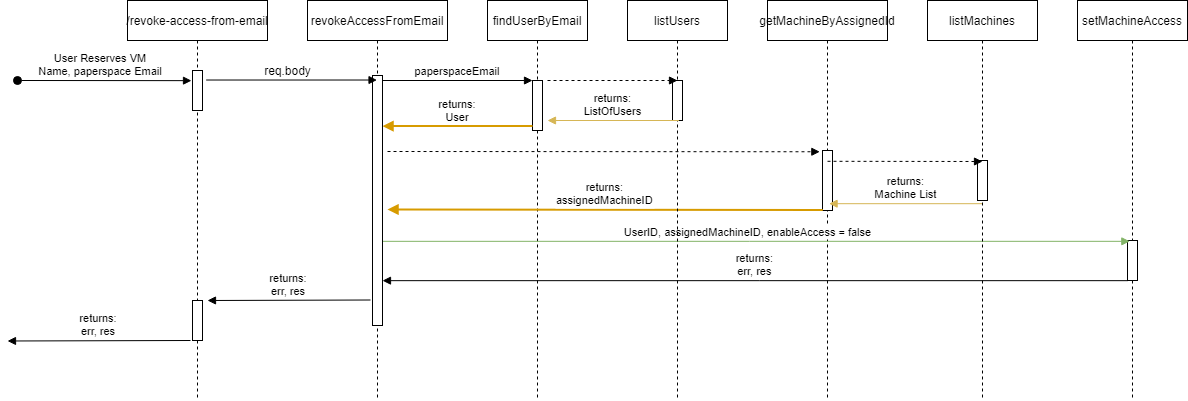
This is Back-end/designDocs/RevokeAccessFlow.png from jayjayb772/IRL-Paperspace-automation, a draw.io export, as it was before one commit. Source tidied: cells renumbered, new cells last; positions are measured from the earlier drawing's top-left corner, leaving out a move shared by most shapes. Its diagram source:
```xml
<mxGraphModel>
  <root>
    <mxCell id="0" />
    <mxCell id="1" parent="0" />
    <mxCell id="2" value="/revoke-access-from-email" style="shape=umlLifeline;perimeter=lifelinePerimeter;rounded=0;shadow=0;strokeWidth=1;" parent="1" vertex="1">
      <mxGeometry x="120" width="140" height="400" as="geometry" />
    </mxCell>
    <mxCell id="3" value="User Reserves VM&#10;Name, paperspace Email" style="verticalAlign=bottom;startArrow=oval;endArrow=block;startSize=8;shadow=0;strokeWidth=1;entryX=-0.1;entryY=0.254;entryDx=0;entryDy=0;entryPerimeter=0;" parent="2" edge="1" target="4">
      <mxGeometry x="-0.05" relative="1" as="geometry">
        <mxPoint x="-110" y="80" as="sourcePoint" />
      </mxGeometry>
    </mxCell>
    <mxCell id="4" style="points=[];perimeter=orthogonalPerimeter;rounded=0;shadow=0;strokeWidth=1;" parent="2" vertex="1">
      <mxGeometry x="65" y="70" width="10" height="40" as="geometry" />
    </mxCell>
    <mxCell id="5" style="perimeter=orthogonalPerimeter;rounded=0;shadow=0;strokeWidth=1;" parent="2" vertex="1">
      <mxGeometry x="65" y="300" width="10" height="40" as="geometry" />
    </mxCell>
    <mxCell id="6" value="findUserByEmail" style="shape=umlLifeline;perimeter=lifelinePerimeter;rounded=0;shadow=0;strokeWidth=1;" parent="1" vertex="1">
      <mxGeometry x="480" width="100" height="400" as="geometry" />
    </mxCell>
    <mxCell id="7" style="points=[];perimeter=orthogonalPerimeter;rounded=0;shadow=0;strokeWidth=1;" parent="6" vertex="1">
      <mxGeometry x="45" y="80" width="10" height="50" as="geometry" />
    </mxCell>
    <mxCell id="8" value="paperspaceEmail" style="verticalAlign=bottom;endArrow=block;entryX=0;entryY=0;shadow=0;strokeWidth=1;" parent="1" edge="1" source="19" target="7">
      <mxGeometry relative="1" as="geometry" />
    </mxCell>
    <mxCell id="9" value="returns:&#10;User" style="verticalAlign=bottom;endArrow=block;shadow=0;strokeWidth=2;entryX=0.536;entryY=0.314;entryDx=0;entryDy=0;entryPerimeter=0;fillColor=#ffe6cc;strokeColor=#d79b00;" parent="1" edge="1" source="7" target="18">
      <mxGeometry relative="1" as="geometry" />
    </mxCell>
    <mxCell id="10" value="getMachineByAssignedId" style="shape=umlLifeline;perimeter=lifelinePerimeter;rounded=0;shadow=0;strokeWidth=1;" parent="1" vertex="1">
      <mxGeometry x="760" width="120" height="400" as="geometry" />
    </mxCell>
    <mxCell id="11" style="points=[];perimeter=orthogonalPerimeter;rounded=0;shadow=0;strokeWidth=1;" parent="10" vertex="1">
      <mxGeometry x="55" y="150" width="10" height="60" as="geometry" />
    </mxCell>
    <mxCell id="12" style="verticalAlign=bottom;endArrow=block;shadow=0;strokeWidth=1;dashed=1;entryX=-0.267;entryY=0.021;entryDx=0;entryDy=0;entryPerimeter=0;" parent="1" edge="1" target="11">
      <mxGeometry relative="1" as="geometry">
        <mxPoint x="380" y="151" as="sourcePoint" />
      </mxGeometry>
    </mxCell>
    <mxCell id="13" value="returns:&#10;assignedMachineID" style="verticalAlign=bottom;endArrow=block;shadow=0;strokeWidth=2;exitX=0.029;exitY=0.99;exitDx=0;exitDy=0;exitPerimeter=0;fillColor=#ffe6cc;strokeColor=#d79b00;" parent="1" edge="1" source="11">
      <mxGeometry relative="1" as="geometry">
        <mxPoint x="380" y="209" as="targetPoint" />
      </mxGeometry>
    </mxCell>
    <mxCell id="14" value="setMachineAccess" style="shape=umlLifeline;perimeter=lifelinePerimeter;rounded=0;shadow=0;strokeWidth=1;" parent="1" vertex="1">
      <mxGeometry x="1070" width="110" height="400" as="geometry" />
    </mxCell>
    <mxCell id="15" style="points=[];perimeter=orthogonalPerimeter;rounded=0;shadow=0;strokeWidth=1;" parent="14" vertex="1">
      <mxGeometry x="50" y="240" width="10" height="40" as="geometry" />
    </mxCell>
    <mxCell id="16" value="UserID, assignedMachineID, enableAccess = false" style="verticalAlign=bottom;endArrow=block;entryX=0.233;entryY=0.021;shadow=0;strokeWidth=1;entryDx=0;entryDy=0;entryPerimeter=0;fillColor=#d5e8d4;strokeColor=#82b366;" parent="1" edge="1" source="18" target="15">
      <mxGeometry x="-0.01" relative="1" as="geometry" />
    </mxCell>
    <mxCell id="17" value="returns:&#10;err, res" style="verticalAlign=bottom;endArrow=block;shadow=0;strokeWidth=1;exitX=0.033;exitY=1.004;exitDx=0;exitDy=0;exitPerimeter=0;" parent="1" edge="1" source="15" target="19">
      <mxGeometry relative="1" as="geometry" />
    </mxCell>
    <mxCell id="18" value="revokeAccessFromEmail" style="shape=umlLifeline;perimeter=lifelinePerimeter;rounded=0;shadow=0;strokeWidth=1;" parent="1" vertex="1">
      <mxGeometry x="300" width="140" height="400" as="geometry" />
    </mxCell>
    <mxCell id="19" style="points=[];perimeter=orthogonalPerimeter;rounded=0;shadow=0;strokeWidth=1;" parent="18" vertex="1">
      <mxGeometry x="65" y="75" width="10" height="250" as="geometry" />
    </mxCell>
    <mxCell id="20" style="verticalAlign=bottom;endArrow=block;shadow=0;strokeWidth=1;exitX=1.367;exitY=0.238;exitDx=0;exitDy=0;exitPerimeter=0;" parent="1" edge="1" source="4" target="18">
      <mxGeometry relative="1" as="geometry" />
    </mxCell>
    <mxCell id="21" value="req.body" style="text;html=1;align=center;verticalAlign=middle;" parent="1" vertex="1">
      <mxGeometry x="250" y="60" width="60" height="20" as="geometry" />
    </mxCell>
    <mxCell id="22" value="returns:&#10;err, res" style="verticalAlign=bottom;endArrow=block;shadow=0;strokeWidth=1;exitX=-0.2;exitY=0.898;exitDx=0;exitDy=0;exitPerimeter=0;" parent="1" edge="1" source="19">
      <mxGeometry relative="1" as="geometry">
        <mxPoint x="200" y="300" as="targetPoint" />
      </mxGeometry>
    </mxCell>
    <mxCell id="23" value="returns:&#10;err, res" style="verticalAlign=bottom;endArrow=block;shadow=0;strokeWidth=1;exitX=-0.2;exitY=0.898;exitDx=0;exitDy=0;exitPerimeter=0;" parent="1" edge="1">
      <mxGeometry relative="1" as="geometry">
        <mxPoint x="183" y="340" as="sourcePoint" />
        <mxPoint y="340.5" as="targetPoint" />
      </mxGeometry>
    </mxCell>
    <mxCell id="24" value="listMachines" style="shape=umlLifeline;perimeter=lifelinePerimeter;rounded=0;shadow=0;strokeWidth=1;" parent="1" vertex="1">
      <mxGeometry x="920" width="110" height="400" as="geometry" />
    </mxCell>
    <mxCell id="25" style="points=[];perimeter=orthogonalPerimeter;rounded=0;shadow=0;strokeWidth=1;" parent="24" vertex="1">
      <mxGeometry x="50" y="160" width="10" height="40" as="geometry" />
    </mxCell>
    <mxCell id="26" value="listUsers" style="shape=umlLifeline;perimeter=lifelinePerimeter;rounded=0;shadow=0;strokeWidth=1;" parent="1" vertex="1">
      <mxGeometry x="620" width="100" height="400" as="geometry" />
    </mxCell>
    <mxCell id="27" style="perimeter=orthogonalPerimeter;rounded=0;shadow=0;strokeWidth=1;" parent="26" vertex="1">
      <mxGeometry x="45" y="80" width="10" height="40" as="geometry" />
    </mxCell>
    <mxCell id="28" style="verticalAlign=bottom;endArrow=block;entryX=0;entryY=0;shadow=0;strokeWidth=1;dashed=1;" parent="1" edge="1">
      <mxGeometry relative="1" as="geometry">
        <mxPoint x="540" y="80" as="sourcePoint" />
        <mxPoint x="670" y="80" as="targetPoint" />
      </mxGeometry>
    </mxCell>
    <mxCell id="29" value="returns:&#10;ListOfUsers" style="verticalAlign=bottom;endArrow=block;shadow=0;strokeWidth=1;entryX=0.536;entryY=0.314;entryDx=0;entryDy=0;entryPerimeter=0;fillColor=#fff2cc;strokeColor=#d6b656;" parent="1" edge="1">
      <mxGeometry relative="1" as="geometry">
        <mxPoint x="671.4" y="120" as="sourcePoint" />
        <mxPoint x="540" y="120" as="targetPoint" />
      </mxGeometry>
    </mxCell>
    <mxCell id="30" style="verticalAlign=bottom;endArrow=block;shadow=0;strokeWidth=1;dashed=1;exitX=0.5;exitY=0.402;exitDx=0;exitDy=0;exitPerimeter=0;" parent="1" edge="1" source="10">
      <mxGeometry relative="1" as="geometry">
        <mxPoint x="975" y="161" as="targetPoint" />
      </mxGeometry>
    </mxCell>
    <mxCell id="31" value="returns:&#10;Machine List" style="verticalAlign=bottom;endArrow=block;shadow=0;strokeWidth=1;entryX=0.513;entryY=0.508;entryDx=0;entryDy=0;entryPerimeter=0;fillColor=#fff2cc;strokeColor=#d6b656;" parent="1" edge="1" source="24" target="10">
      <mxGeometry relative="1" as="geometry" />
    </mxCell>
  </root>
</mxGraphModel>
```
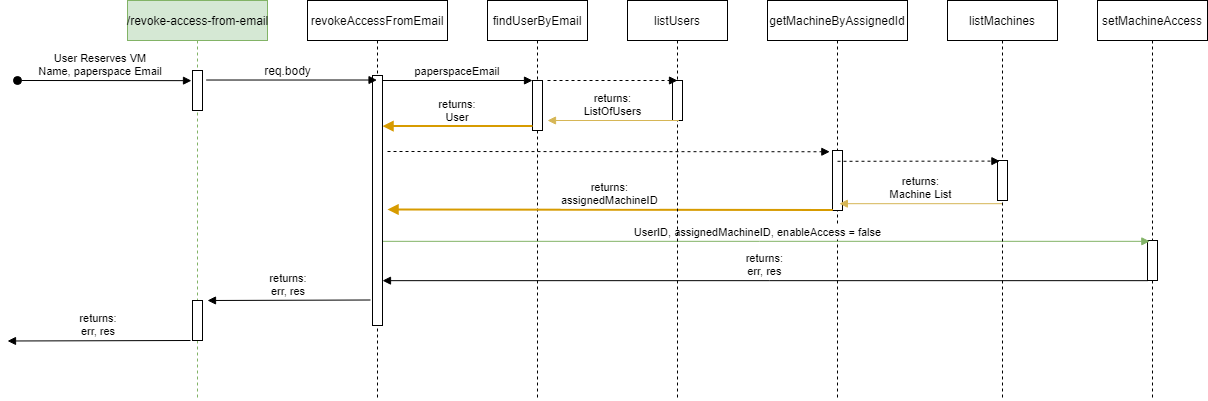
After the commit.

Change to the diagram source:
```diff
@@ -2,7 +2,7 @@
   <root>
     <mxCell id="0" />
     <mxCell id="1" parent="0" />
-    <mxCell id="2" value="/revoke-access-from-email" style="shape=umlLifeline;perimeter=lifelinePerimeter;rounded=0;shadow=0;strokeWidth=1;" parent="1" vertex="1">
+    <mxCell id="2" value="/revoke-access-from-email" style="shape=umlLifeline;perimeter=lifelinePerimeter;rounded=0;shadow=0;strokeWidth=1;html=1;fillColor=#d5e8d4;strokeColor=#82b366;" parent="1" vertex="1">
       <mxGeometry x="120" width="140" height="400" as="geometry" />
     </mxCell>
     <mxCell id="3" value="User Reserves VM&#10;Name, paperspace Email" style="verticalAlign=bottom;startArrow=oval;endArrow=block;startSize=8;shadow=0;strokeWidth=1;entryX=-0.1;entryY=0.254;entryDx=0;entryDy=0;entryPerimeter=0;" parent="2" edge="1" target="4">
@@ -29,10 +29,10 @@
       <mxGeometry relative="1" as="geometry" />
     </mxCell>
     <mxCell id="10" value="getMachineByAssignedId" style="shape=umlLifeline;perimeter=lifelinePerimeter;rounded=0;shadow=0;strokeWidth=1;" parent="1" vertex="1">
-      <mxGeometry x="760" width="120" height="400" as="geometry" />
+      <mxGeometry x="760" width="140" height="400" as="geometry" />
     </mxCell>
     <mxCell id="11" style="points=[];perimeter=orthogonalPerimeter;rounded=0;shadow=0;strokeWidth=1;" parent="10" vertex="1">
-      <mxGeometry x="55" y="150" width="10" height="60" as="geometry" />
+      <mxGeometry x="65" y="150" width="10" height="60" as="geometry" />
     </mxCell>
     <mxCell id="12" style="verticalAlign=bottom;endArrow=block;shadow=0;strokeWidth=1;dashed=1;entryX=-0.267;entryY=0.021;entryDx=0;entryDy=0;entryPerimeter=0;" parent="1" edge="1" target="11">
       <mxGeometry relative="1" as="geometry">
@@ -45,7 +45,7 @@
       </mxGeometry>
     </mxCell>
     <mxCell id="14" value="setMachineAccess" style="shape=umlLifeline;perimeter=lifelinePerimeter;rounded=0;shadow=0;strokeWidth=1;" parent="1" vertex="1">
-      <mxGeometry x="1070" width="110" height="400" as="geometry" />
+      <mxGeometry x="1090" width="110" height="400" as="geometry" />
     </mxCell>
     <mxCell id="15" style="points=[];perimeter=orthogonalPerimeter;rounded=0;shadow=0;strokeWidth=1;" parent="14" vertex="1">
       <mxGeometry x="50" y="240" width="10" height="40" as="geometry" />
@@ -80,7 +80,7 @@
       </mxGeometry>
     </mxCell>
     <mxCell id="24" value="listMachines" style="shape=umlLifeline;perimeter=lifelinePerimeter;rounded=0;shadow=0;strokeWidth=1;" parent="1" vertex="1">
-      <mxGeometry x="920" width="110" height="400" as="geometry" />
+      <mxGeometry x="940" width="110" height="400" as="geometry" />
     </mxCell>
     <mxCell id="25" style="points=[];perimeter=orthogonalPerimeter;rounded=0;shadow=0;strokeWidth=1;" parent="24" vertex="1">
       <mxGeometry x="50" y="160" width="10" height="40" as="geometry" />
@@ -103,10 +103,8 @@
         <mxPoint x="540" y="120" as="targetPoint" />
       </mxGeometry>
     </mxCell>
-    <mxCell id="30" style="verticalAlign=bottom;endArrow=block;shadow=0;strokeWidth=1;dashed=1;exitX=0.5;exitY=0.402;exitDx=0;exitDy=0;exitPerimeter=0;" parent="1" edge="1" source="10">
-      <mxGeometry relative="1" as="geometry">
-        <mxPoint x="975" y="161" as="targetPoint" />
-      </mxGeometry>
+    <mxCell id="30" style="verticalAlign=bottom;endArrow=block;shadow=0;strokeWidth=1;dashed=1;exitX=0.5;exitY=0.402;exitDx=0;exitDy=0;exitPerimeter=0;entryX=0.24;entryY=0.015;entryDx=0;entryDy=0;entryPerimeter=0;" parent="1" edge="1" source="10" target="25">
+      <mxGeometry relative="1" as="geometry" />
     </mxCell>
     <mxCell id="31" value="returns:&#10;Machine List" style="verticalAlign=bottom;endArrow=block;shadow=0;strokeWidth=1;entryX=0.513;entryY=0.508;entryDx=0;entryDy=0;entryPerimeter=0;fillColor=#fff2cc;strokeColor=#d6b656;" parent="1" edge="1" source="24" target="10">
       <mxGeometry relative="1" as="geometry" />
```
